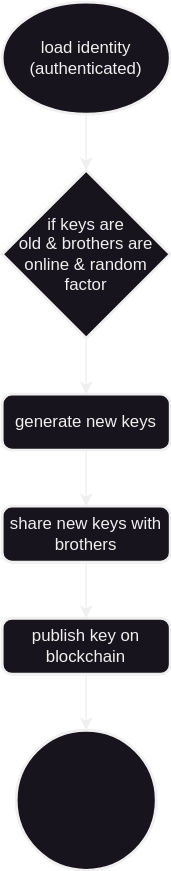
Above: KeyUpdateProcesses.drawio.svg in emendir/WalytisIdentities (draw.io), before the change. Source tidied: cells renumbered, new cells last; positions are measured from the earlier drawing's top-left corner, leaving out a move shared by most shapes. Source of this version:
```xml
<mxGraphModel>
  <root>
    <mxCell id="0" />
    <mxCell id="1" parent="0" />
    <mxCell id="2" value="load identity&lt;br&gt;(authenticated)" style="strokeWidth=2;html=1;shape=mxgraph.flowchart.start_1;whiteSpace=wrap;" parent="1" vertex="1">
      <mxGeometry width="120" height="80" as="geometry" />
    </mxCell>
    <mxCell id="3" style="edgeStyle=orthogonalEdgeStyle;rounded=0;jettySize=auto;html=1;exitX=0.5;exitY=1;exitDx=0;exitDy=0;exitPerimeter=0;entryX=0.5;entryY=0;entryDx=0;entryDy=0;" parent="1" edge="1" source="4" target="7">
      <mxGeometry relative="1" as="geometry" />
    </mxCell>
    <mxCell id="4" value="if keys are&lt;br&gt;old &amp;amp; brothers are online &amp;amp; random&lt;br&gt;factor" style="strokeWidth=2;html=1;shape=mxgraph.flowchart.decision;whiteSpace=wrap;" parent="1" vertex="1">
      <mxGeometry y="120" width="120" height="120" as="geometry" />
    </mxCell>
    <mxCell id="5" style="edgeStyle=orthogonalEdgeStyle;rounded=0;jettySize=auto;html=1;exitX=0.5;exitY=1;exitDx=0;exitDy=0;exitPerimeter=0;entryX=0.5;entryY=0;entryDx=0;entryDy=0;entryPerimeter=0;" parent="1" edge="1" source="2" target="4">
      <mxGeometry relative="1" as="geometry" />
    </mxCell>
    <mxCell id="6" style="edgeStyle=orthogonalEdgeStyle;rounded=0;jettySize=auto;html=1;exitX=0.5;exitY=1;exitDx=0;exitDy=0;" parent="1" edge="1" source="7" target="9">
      <mxGeometry relative="1" as="geometry" />
    </mxCell>
    <mxCell id="7" value="generate new keys" style="rounded=1;whiteSpace=wrap;html=1;absoluteArcSize=1;arcSize=14;strokeWidth=2;" parent="1" vertex="1">
      <mxGeometry y="280" width="120" height="40" as="geometry" />
    </mxCell>
    <mxCell id="8" style="edgeStyle=orthogonalEdgeStyle;rounded=0;jettySize=auto;html=1;exitX=0.5;exitY=1;exitDx=0;exitDy=0;" parent="1" edge="1" source="9" target="10">
      <mxGeometry relative="1" as="geometry" />
    </mxCell>
    <mxCell id="9" value="share new keys with brothers" style="rounded=1;whiteSpace=wrap;html=1;absoluteArcSize=1;arcSize=14;strokeWidth=2;" parent="1" vertex="1">
      <mxGeometry y="360" width="120" height="40" as="geometry" />
    </mxCell>
    <mxCell id="10" value="publish key on blockchain" style="rounded=1;whiteSpace=wrap;html=1;absoluteArcSize=1;arcSize=14;strokeWidth=2;" parent="1" vertex="1">
      <mxGeometry y="440" width="120" height="40" as="geometry" />
    </mxCell>
    <mxCell id="11" style="strokeWidth=2;html=1;shape=mxgraph.flowchart.start_2;whiteSpace=wrap;" parent="1" vertex="1">
      <mxGeometry x="10" y="520" width="100" height="100" as="geometry" />
    </mxCell>
    <mxCell id="12" style="edgeStyle=orthogonalEdgeStyle;rounded=0;jettySize=auto;html=1;exitX=0.5;exitY=1;exitDx=0;exitDy=0;entryX=0.5;entryY=0;entryDx=0;entryDy=0;entryPerimeter=0;" parent="1" edge="1" source="10" target="11">
      <mxGeometry relative="1" as="geometry" />
    </mxCell>
  </root>
</mxGraphModel>
```
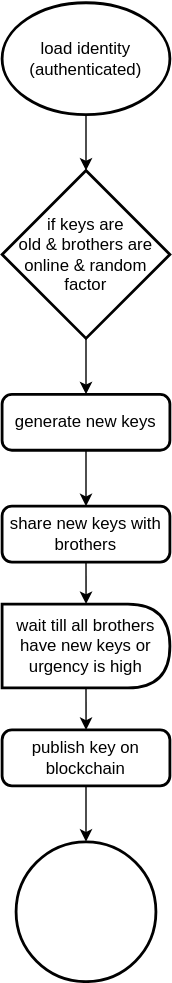
The same diagram one commit later.

Change to the diagram source:
```diff
@@ -20,20 +20,26 @@
     <mxCell id="7" value="generate new keys" style="rounded=1;whiteSpace=wrap;html=1;absoluteArcSize=1;arcSize=14;strokeWidth=2;" parent="1" vertex="1">
       <mxGeometry y="280" width="120" height="40" as="geometry" />
     </mxCell>
-    <mxCell id="8" style="edgeStyle=orthogonalEdgeStyle;rounded=0;jettySize=auto;html=1;exitX=0.5;exitY=1;exitDx=0;exitDy=0;" parent="1" edge="1" source="9" target="10">
+    <mxCell id="8" style="edgeStyle=orthogonalEdgeStyle;rounded=0;jettySize=auto;html=1;exitX=0.5;exitY=1;exitDx=0;exitDy=0;" parent="1" edge="1" source="14" target="10">
       <mxGeometry relative="1" as="geometry" />
     </mxCell>
     <mxCell id="9" value="share new keys with brothers" style="rounded=1;whiteSpace=wrap;html=1;absoluteArcSize=1;arcSize=14;strokeWidth=2;" parent="1" vertex="1">
       <mxGeometry y="360" width="120" height="40" as="geometry" />
     </mxCell>
     <mxCell id="10" value="publish key on blockchain" style="rounded=1;whiteSpace=wrap;html=1;absoluteArcSize=1;arcSize=14;strokeWidth=2;" parent="1" vertex="1">
-      <mxGeometry y="440" width="120" height="40" as="geometry" />
+      <mxGeometry y="520" width="120" height="40" as="geometry" />
     </mxCell>
     <mxCell id="11" style="strokeWidth=2;html=1;shape=mxgraph.flowchart.start_2;whiteSpace=wrap;" parent="1" vertex="1">
-      <mxGeometry x="10" y="520" width="100" height="100" as="geometry" />
+      <mxGeometry x="10" y="600" width="100" height="100" as="geometry" />
     </mxCell>
     <mxCell id="12" style="edgeStyle=orthogonalEdgeStyle;rounded=0;jettySize=auto;html=1;exitX=0.5;exitY=1;exitDx=0;exitDy=0;entryX=0.5;entryY=0;entryDx=0;entryDy=0;entryPerimeter=0;" parent="1" edge="1" source="10" target="11">
       <mxGeometry relative="1" as="geometry" />
     </mxCell>
+    <mxCell id="13" style="edgeStyle=orthogonalEdgeStyle;rounded=0;jettySize=auto;html=1;exitX=0.5;exitY=1;exitDx=0;exitDy=0;" parent="1" edge="1" source="9" target="14">
+      <mxGeometry relative="1" as="geometry" />
+    </mxCell>
+    <mxCell id="14" value="wait till all brothers have new keys or urgency is high" style="shape=delay;whiteSpace=wrap;html=1;rounded=1;arcSize=14;strokeWidth=2;" parent="1" vertex="1">
+      <mxGeometry y="430" width="120" height="60" as="geometry" />
+    </mxCell>
   </root>
 </mxGraphModel>
```
